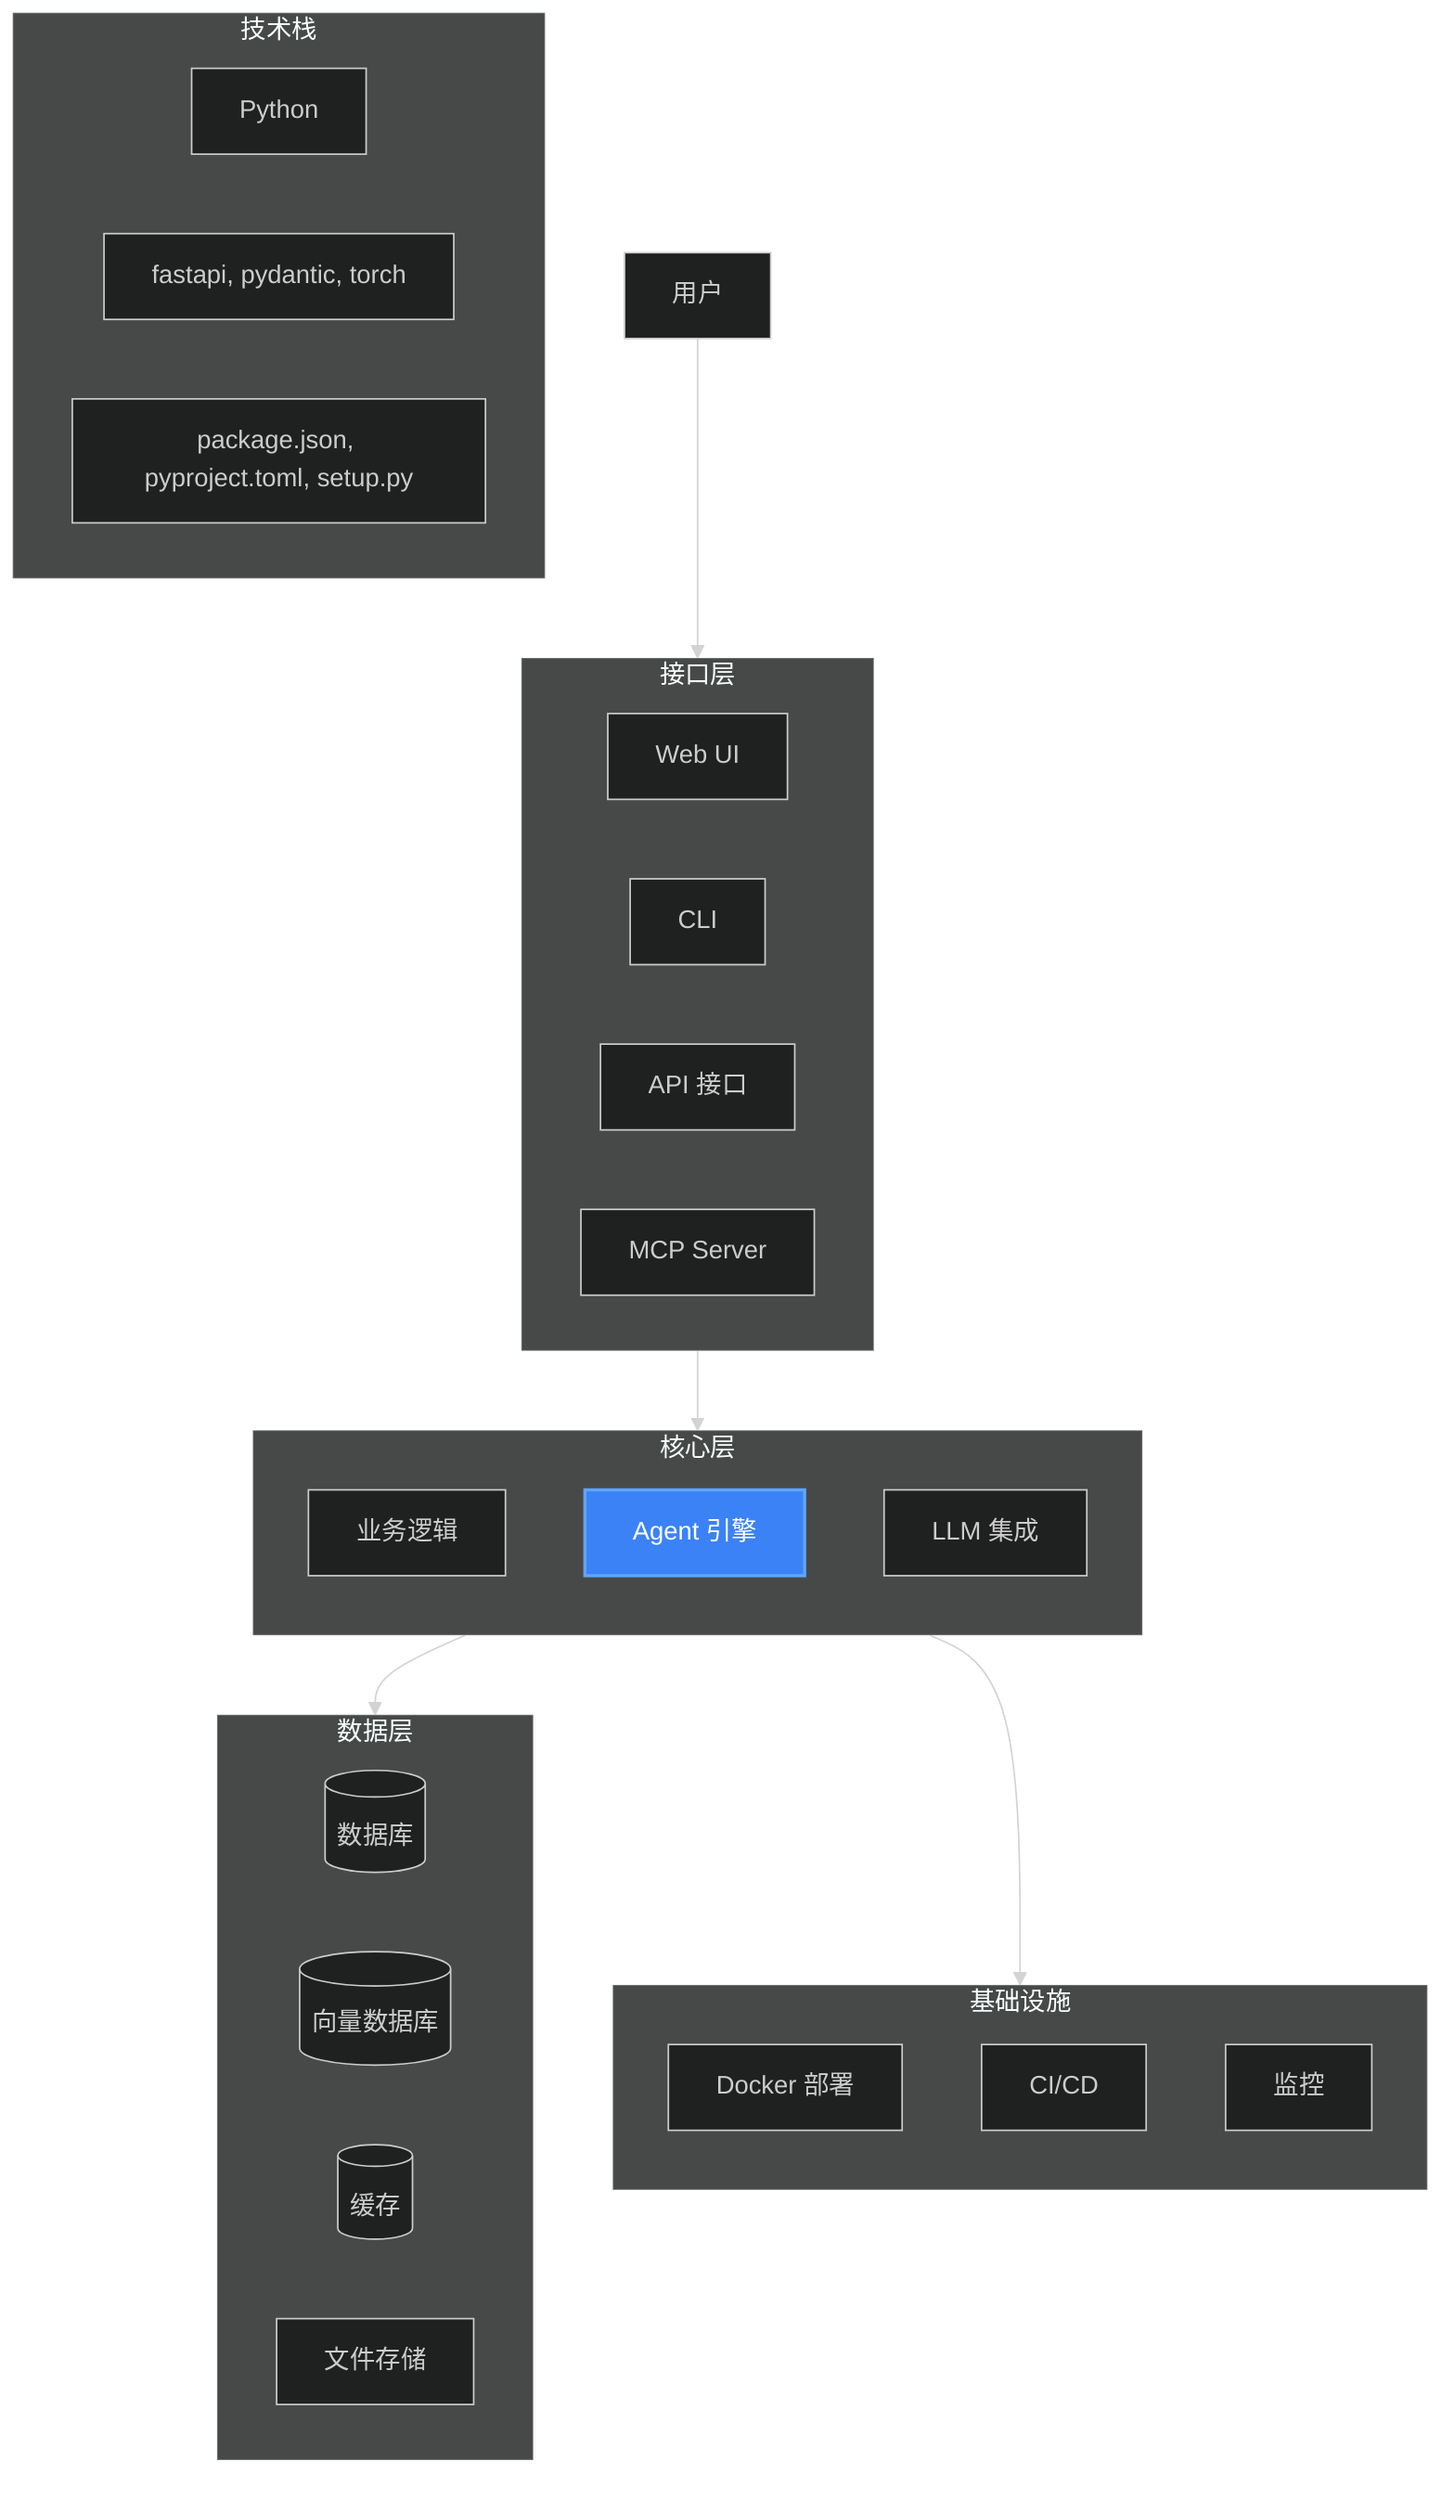
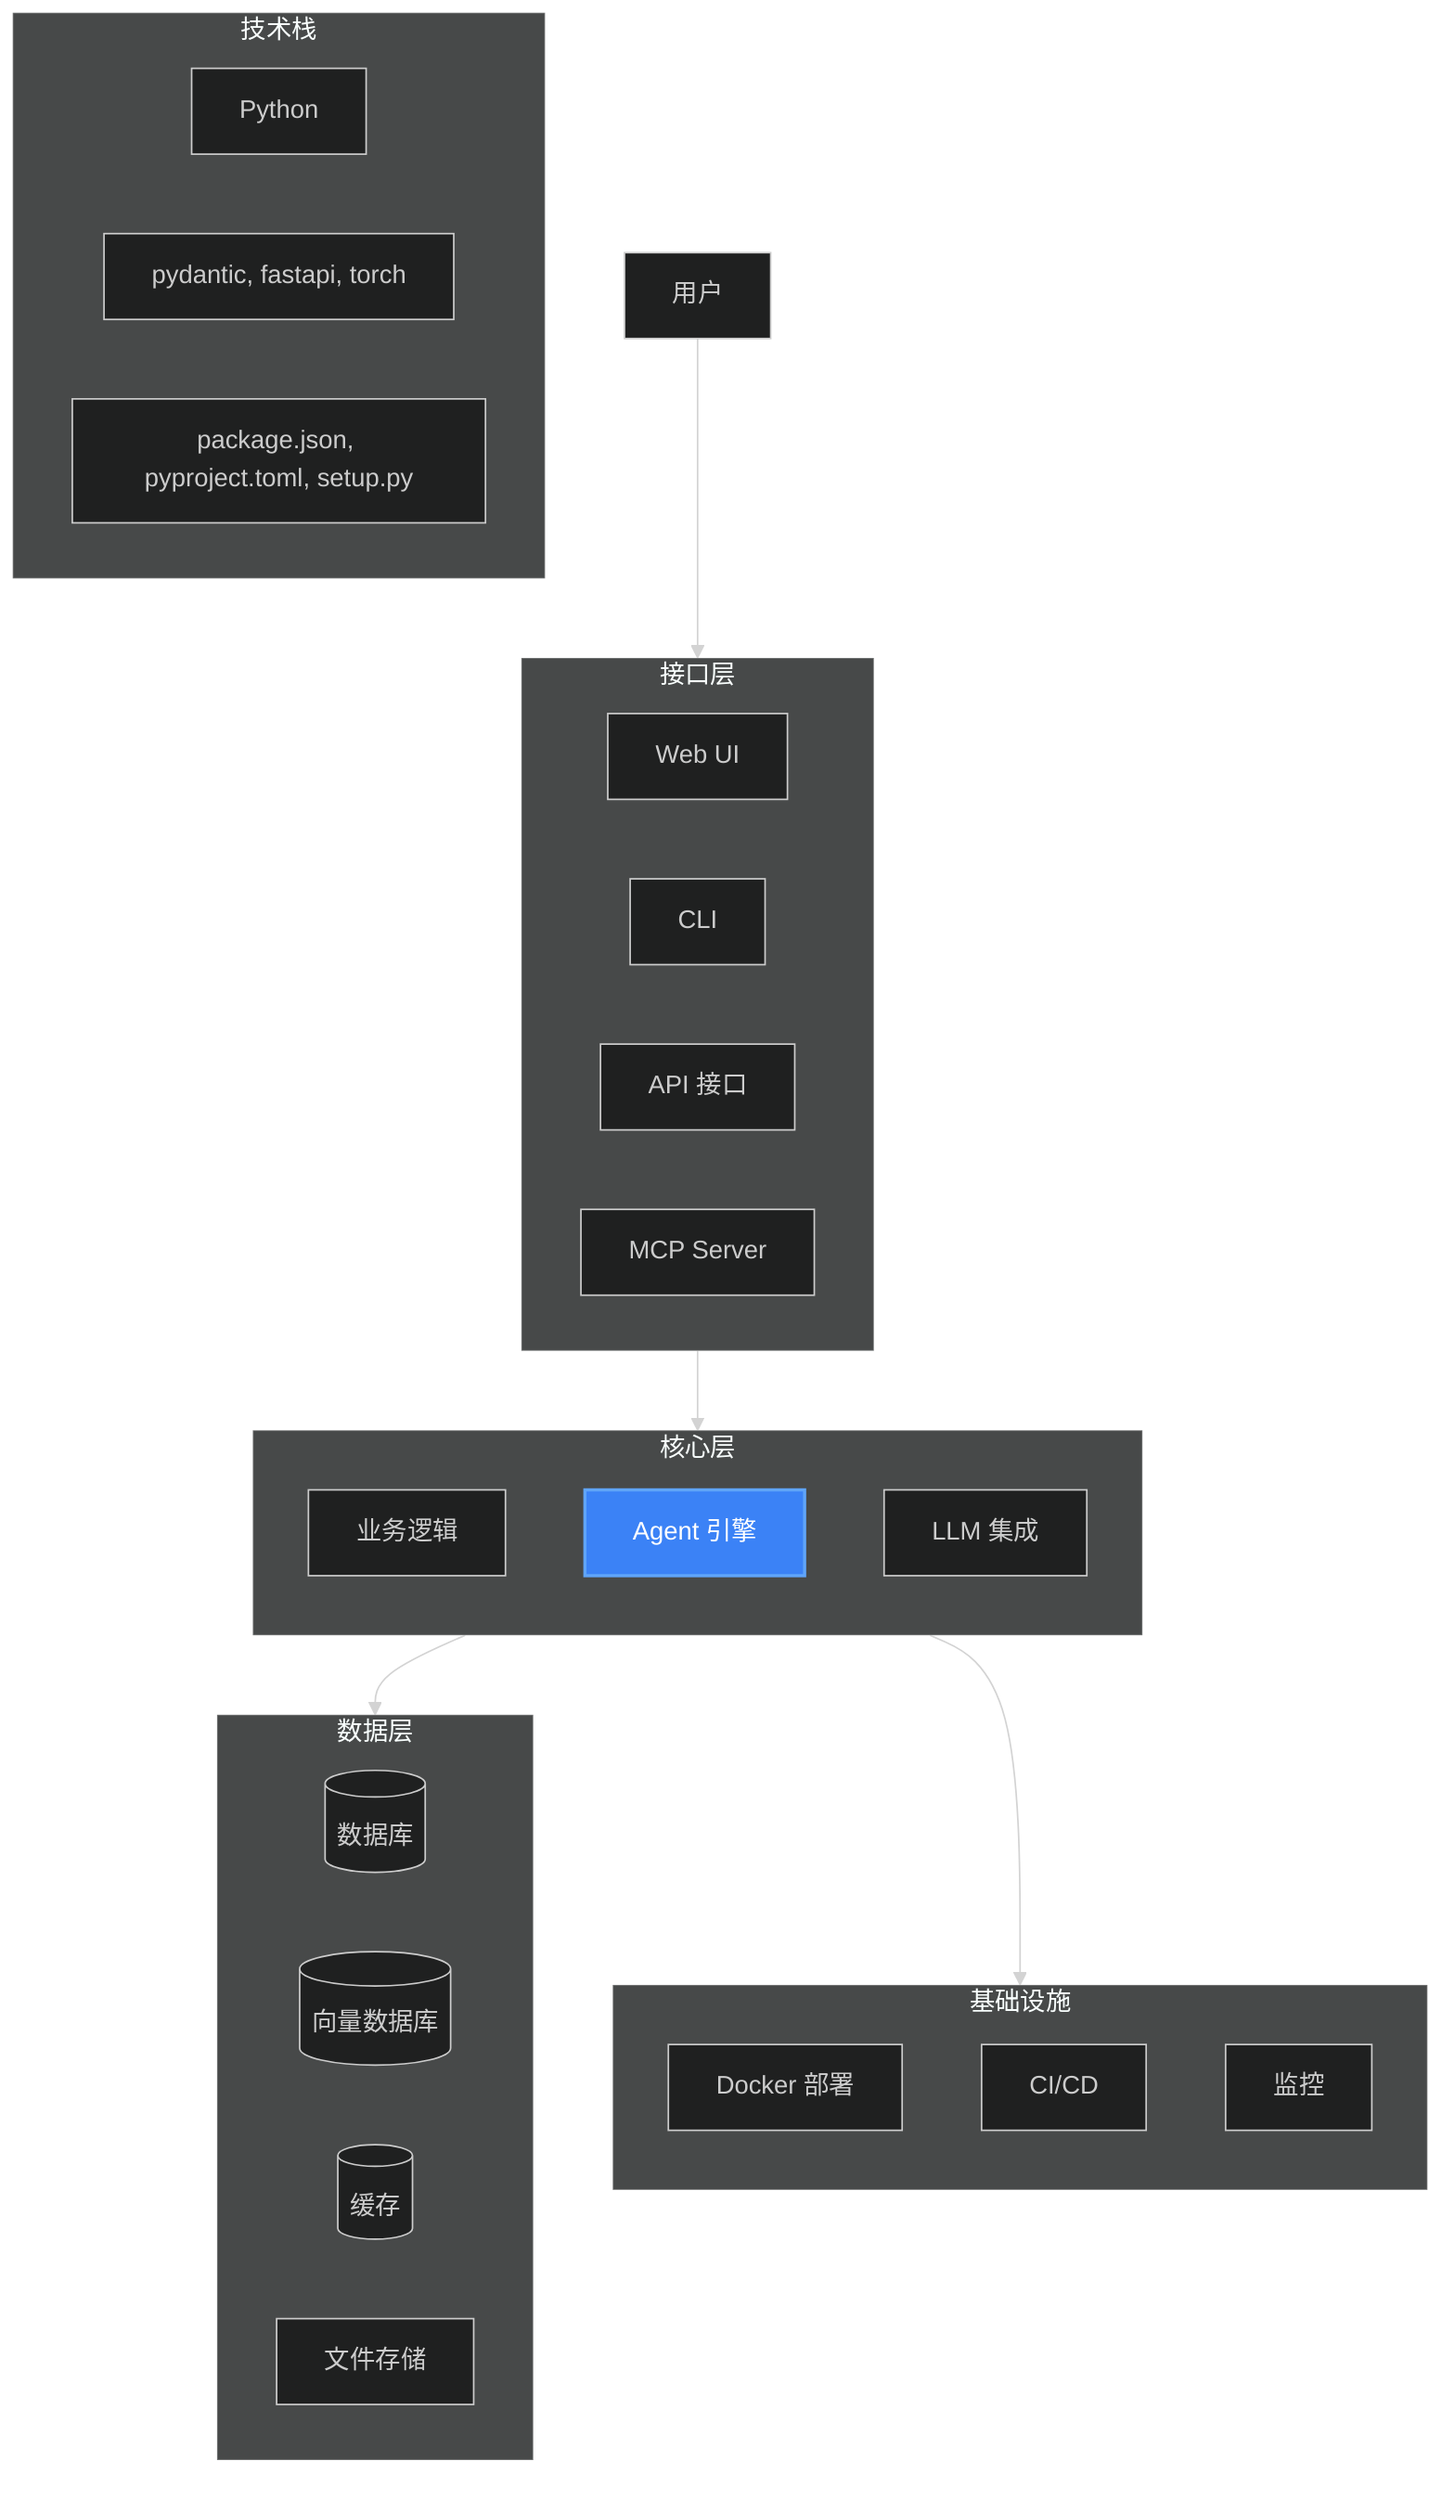
%%{init: {'theme': 'dark'}}%%
graph TB
    User[用户] --> Interface[接口层]

    subgraph Interface[接口层]
        direction LR
        WebUI[Web UI]
        CLI[CLI]
        API[API 接口]
        MCP[MCP Server]
    end

    subgraph Core[核心层]
        direction TB
        Business[业务逻辑]
        AgentEngine[Agent 引擎]:::highlight
        LLM[LLM 集成]
    end

    subgraph Data[数据层]
        direction LR
        Database[(数据库)]
        VectorDB[(向量数据库)]
        Cache[(缓存)]
        Files[文件存储]
    end

    subgraph Infra[基础设施]
        direction TB
        Docker[Docker 部署]
        CI/CD[CI/CD]
        Monitoring[监控]
    end

    Interface --> Core
    Core --> Data
    Core --> Infra

    classDef highlight fill:#3b82f6,stroke:#60a5fa,stroke-width:2px,color:white

    %% 技术栈信息
    subgraph TechStack[技术栈]
        direction LR
        Lang[Python]
-         FW[fastapi, pydantic, torch]
+         FW[pydantic, fastapi, torch]
        Deps[package.json, pyproject.toml, setup.py]
    end
